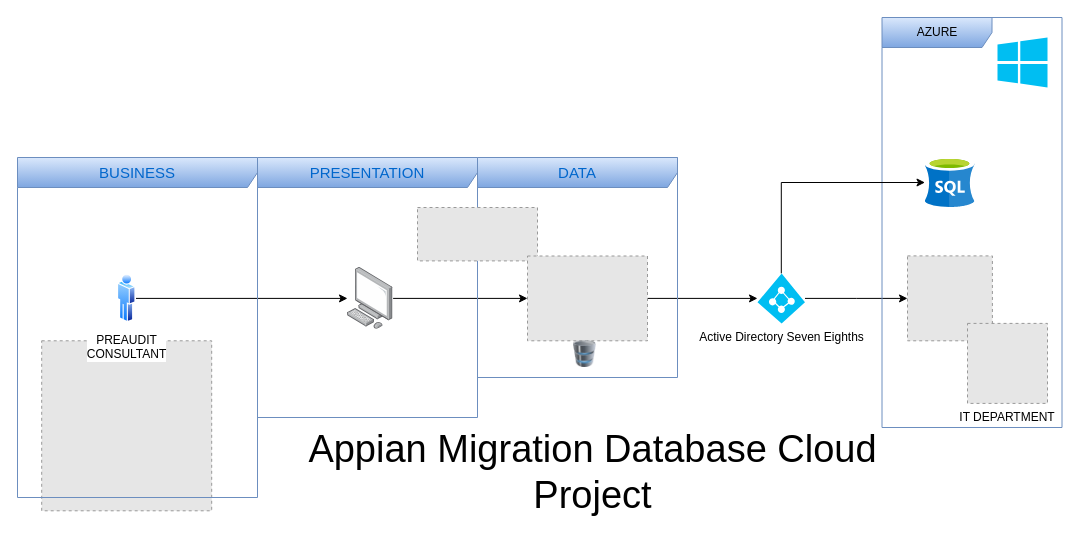
Above: DiagramAppianProject.drawio in julian4270/Models_P (draw.io), before the change. Source tidied: cells renumbered, new cells numbered last; positions are measured from the earlier drawing's top-left corner, leaving out a move shared by most shapes. Both pictures are drawn from the tidied source at 100%, with x=0, y=0 at pixel (17, 17). Pictures stored in the file or linked from it are replaced by grey dashed boxes.
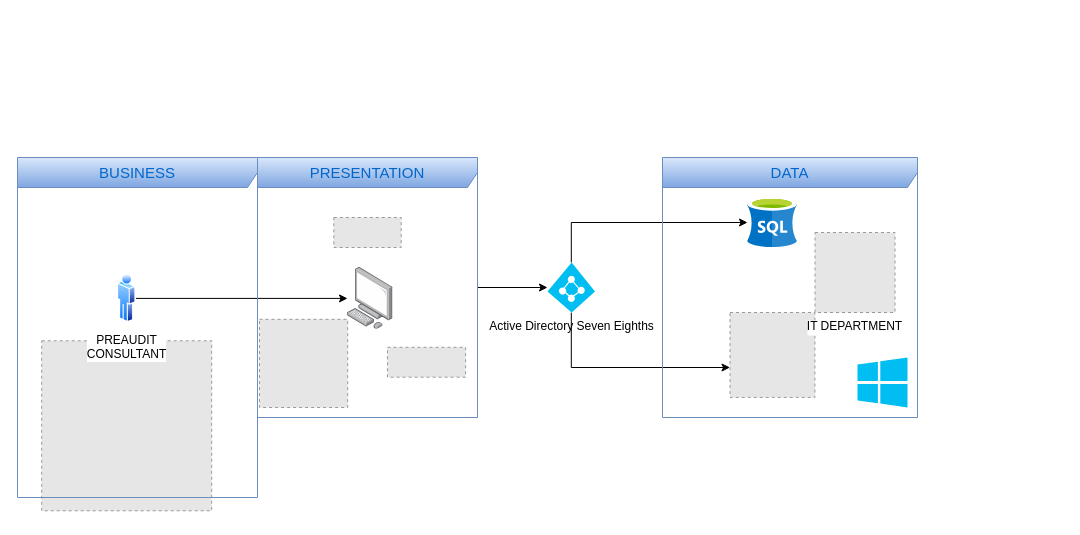
The same page after the edit.

Unchanged cells that the change refers to:
```xml
<mxCell id="5" style="points=[];html=1;align=center;shadow=0;dashed=0;image;image=img/lib/allied_telesis/computer_and_terminals/Personal_Computer.svg;" parent="1" vertex="1">
  <mxGeometry x="330" y="250" width="45.6" height="61.8" as="geometry" />
</mxCell>
<mxCell id="16" value="PRESENTATION" style="shape=umlFrame;whiteSpace=wrap;html=1;fillColor=#dae8fc;strokeColor=#6c8ebf;gradientColor=#7ea6e0;fontSize=15;fontColor=#0066CC;width=260;height=30;" parent="1" vertex="1">
  <mxGeometry x="240" y="140" width="220" height="260" as="geometry" />
</mxCell>
```

The edit, as a diff of the source:
```diff
@@
     <mxCell id="2" style="edgeStyle=orthogonalEdgeStyle;rounded=0;jettySize=auto;html=1;" parent="1" edge="1" source="11" target="3">
-      <mxGeometry relative="1" as="geometry" />
+      <mxGeometry relative="1" as="geometry">
+        <Array as="points">
+          <mxPoint x="554" y="350" />
+        </Array>
+      </mxGeometry>
     </mxCell>
     <mxCell id="3" style="fillColor=#E6E6E6;strokeColor=#999999;dashed=1;html=1;verticalAlign=top;verticalLabelPosition=bottom;labelBackgroundColor=#ffffff;" parent="1" vertex="1">
-      <mxGeometry x="890" y="238.4" width="84.9" height="84.9" as="geometry" />
+      <mxGeometry x="712.5" y="295" width="84.9" height="84.9" as="geometry" />
     </mxCell>
     <mxCell id="4" style="html=1;points=[];align=center;image;fontSize=12;image=img/lib/mscae/dep/SQL_Server_Stretch_DB.svg;" parent="1" vertex="1">
-      <mxGeometry x="907.5" y="140" width="50" height="50" as="geometry" />
+      <mxGeometry x="730" y="180" width="50" height="50" as="geometry" />
     </mxCell>
@@
-    <mxCell id="8" value="AZURE" style="shape=umlFrame;whiteSpace=wrap;html=1;fillColor=#dae8fc;strokeColor=#6c8ebf;gradientColor=#7ea6e0;width=110;height=30;" parent="1" vertex="1">
-      <mxGeometry x="864.5" width="180" height="410" as="geometry" />
-    </mxCell>
     <mxCell id="9" style="verticalLabelPosition=bottom;html=1;verticalAlign=top;align=center;strokeColor=none;fillColor=#00BEF2;shape=mxgraph.azure.azure_instance;" parent="1" vertex="1">
-      <mxGeometry x="980" y="20" width="50" height="50" as="geometry" />
+      <mxGeometry x="840" y="340" width="50" height="50" as="geometry" />
     </mxCell>
     <mxCell id="10" style="edgeStyle=orthogonalEdgeStyle;rounded=0;jettySize=auto;html=1;fontSize=15;fontColor=#0066CC;" parent="1" edge="1" source="11" target="4">
       <mxGeometry relative="1" as="geometry">
         <Array as="points">
-          <mxPoint x="764" y="165" />
+          <mxPoint x="554" y="205" />
         </Array>
       </mxGeometry>
     </mxCell>
     <mxCell id="11" value="Active Directory Seven Eighths" style="verticalLabelPosition=bottom;html=1;verticalAlign=top;align=center;strokeColor=none;fillColor=#00BEF2;shape=mxgraph.azure.azure_active_directory;" parent="1" vertex="1">
-      <mxGeometry x="740" y="255.9" width="47.5" height="50" as="geometry" />
+      <mxGeometry x="530" y="245" width="47.5" height="50" as="geometry" />
     </mxCell>
-    <mxCell id="12" style="edgeStyle=orthogonalEdgeStyle;rounded=0;jettySize=auto;html=1;" parent="1" edge="1" source="21" target="11">
+    <mxCell id="12" style="edgeStyle=orthogonalEdgeStyle;rounded=0;jettySize=auto;html=1;" parent="1" edge="1" source="16" target="11">
       <mxGeometry relative="1" as="geometry" />
     </mxCell>
-    <mxCell id="13" value="&lt;font style=&quot;font-size: 38px&quot;&gt;Appian Migration Database Cloud&lt;br&gt;Project&lt;br&gt;&lt;/font&gt;" style="text;html=1;align=center;verticalAlign=middle;" parent="1" vertex="1">
-      <mxGeometry x="284.5" y="430" width="580" height="50" as="geometry" />
-    </mxCell>
@@
-    <mxCell id="17" style="edgeStyle=orthogonalEdgeStyle;rounded=0;jettySize=auto;html=1;" parent="1" edge="1" source="5" target="21">
-      <mxGeometry relative="1" as="geometry" />
-    </mxCell>
     <mxCell id="18" value="DATA" style="shape=umlFrame;whiteSpace=wrap;html=1;fillColor=#dae8fc;strokeColor=#6c8ebf;gradientColor=#7ea6e0;fontSize=15;fontColor=#0066CC;width=260;height=30;" parent="1" vertex="1">
-      <mxGeometry x="460" y="140" width="200" height="220" as="geometry" />
+      <mxGeometry x="645" y="140" width="255" height="260" as="geometry" />
     </mxCell>
     <mxCell id="19" style="fillColor=#E6E6E6;strokeColor=#999999;dashed=1;verticalLabelPosition=bottom;labelBackgroundColor=#ffffff;verticalAlign=top;" parent="1" vertex="1">
-      <mxGeometry x="400" y="190" width="120" height="53.4" as="geometry" />
+      <mxGeometry x="316.3" y="200" width="67.4" height="30" as="geometry" />
     </mxCell>
     <mxCell id="20" value="IT DEPARTMENT" style="fillColor=#E6E6E6;strokeColor=#999999;dashed=1;verticalLabelPosition=bottom;labelBackgroundColor=#ffffff;verticalAlign=top;" parent="1" vertex="1">
-      <mxGeometry x="950" y="305.9" width="80" height="80" as="geometry" />
+      <mxGeometry x="797.5" y="215" width="80" height="80" as="geometry" />
     </mxCell>
-    <mxCell id="21" style="fillColor=#E6E6E6;strokeColor=#999999;dashed=1;verticalLabelPosition=bottom;labelBackgroundColor=#ffffff;verticalAlign=top;" parent="1" vertex="1">
-      <mxGeometry x="510" y="238.5" width="120" height="84.8" as="geometry" />
-    </mxCell>
-    <mxCell id="22" style="image;html=1;image=img/lib/clip_art/computers/Database_128x128.png;fontSize=15;fontColor=#0066CC;" parent="1" vertex="1">
-      <mxGeometry x="545" y="323.4" width="45" height="26.6" as="geometry" />
-    </mxCell>
+    <mxCell id="23" style="fillColor=#E6E6E6;strokeColor=#999999;dashed=1;verticalLabelPosition=bottom;labelBackgroundColor=#ffffff;verticalAlign=top;" parent="1" vertex="1">
+      <mxGeometry x="370" y="329.8" width="78.1" height="29.9" as="geometry" />
+    </mxCell>
+    <mxCell id="24" style="fillColor=#E6E6E6;strokeColor=#999999;dashed=1;verticalLabelPosition=bottom;labelBackgroundColor=#ffffff;verticalAlign=top;" parent="1" vertex="1">
+      <mxGeometry x="242" y="301.8" width="88.2" height="88.2" as="geometry" />
+    </mxCell>
```
